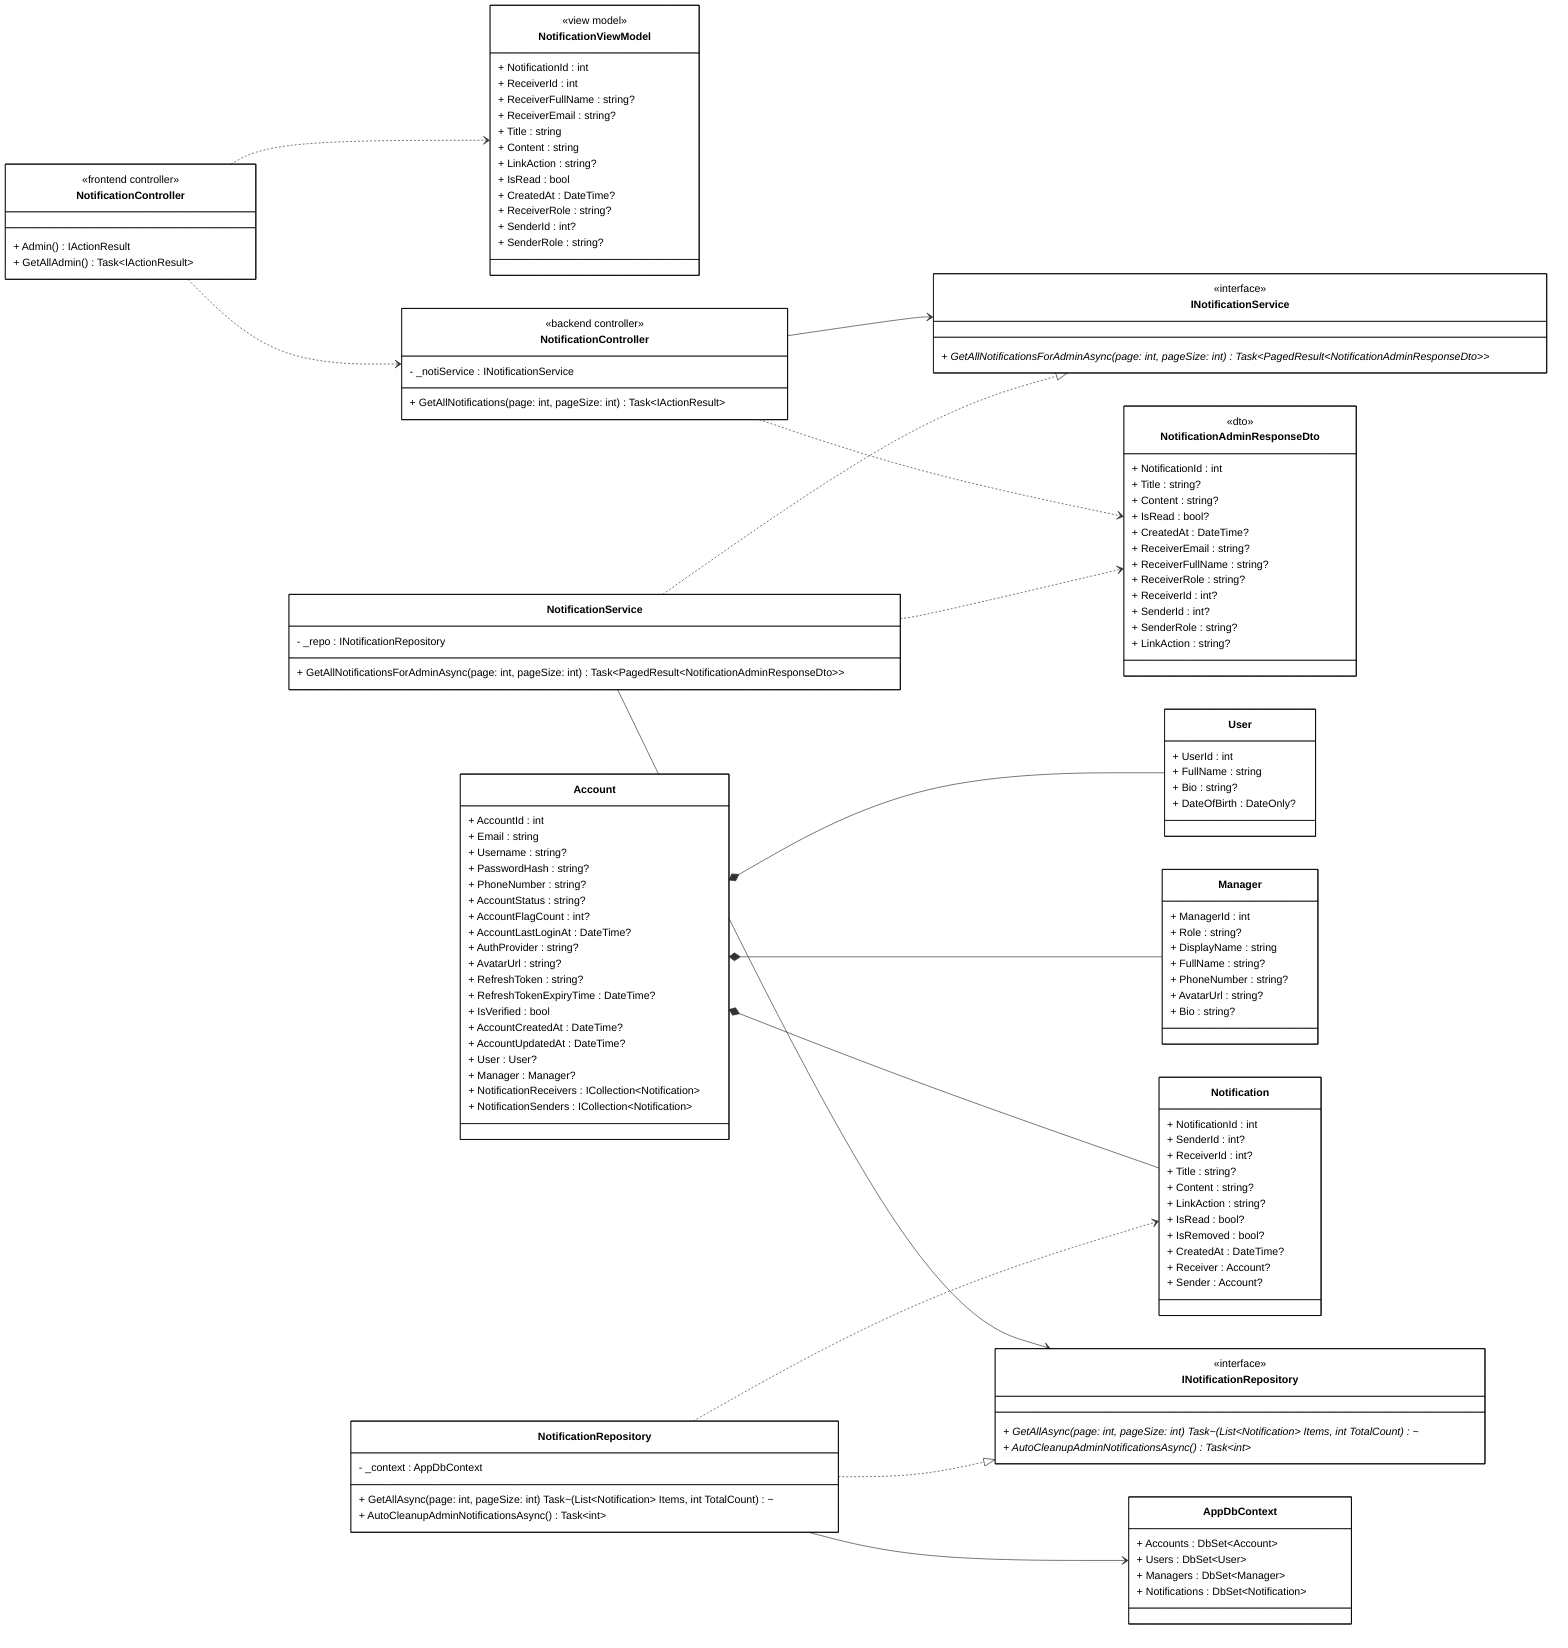
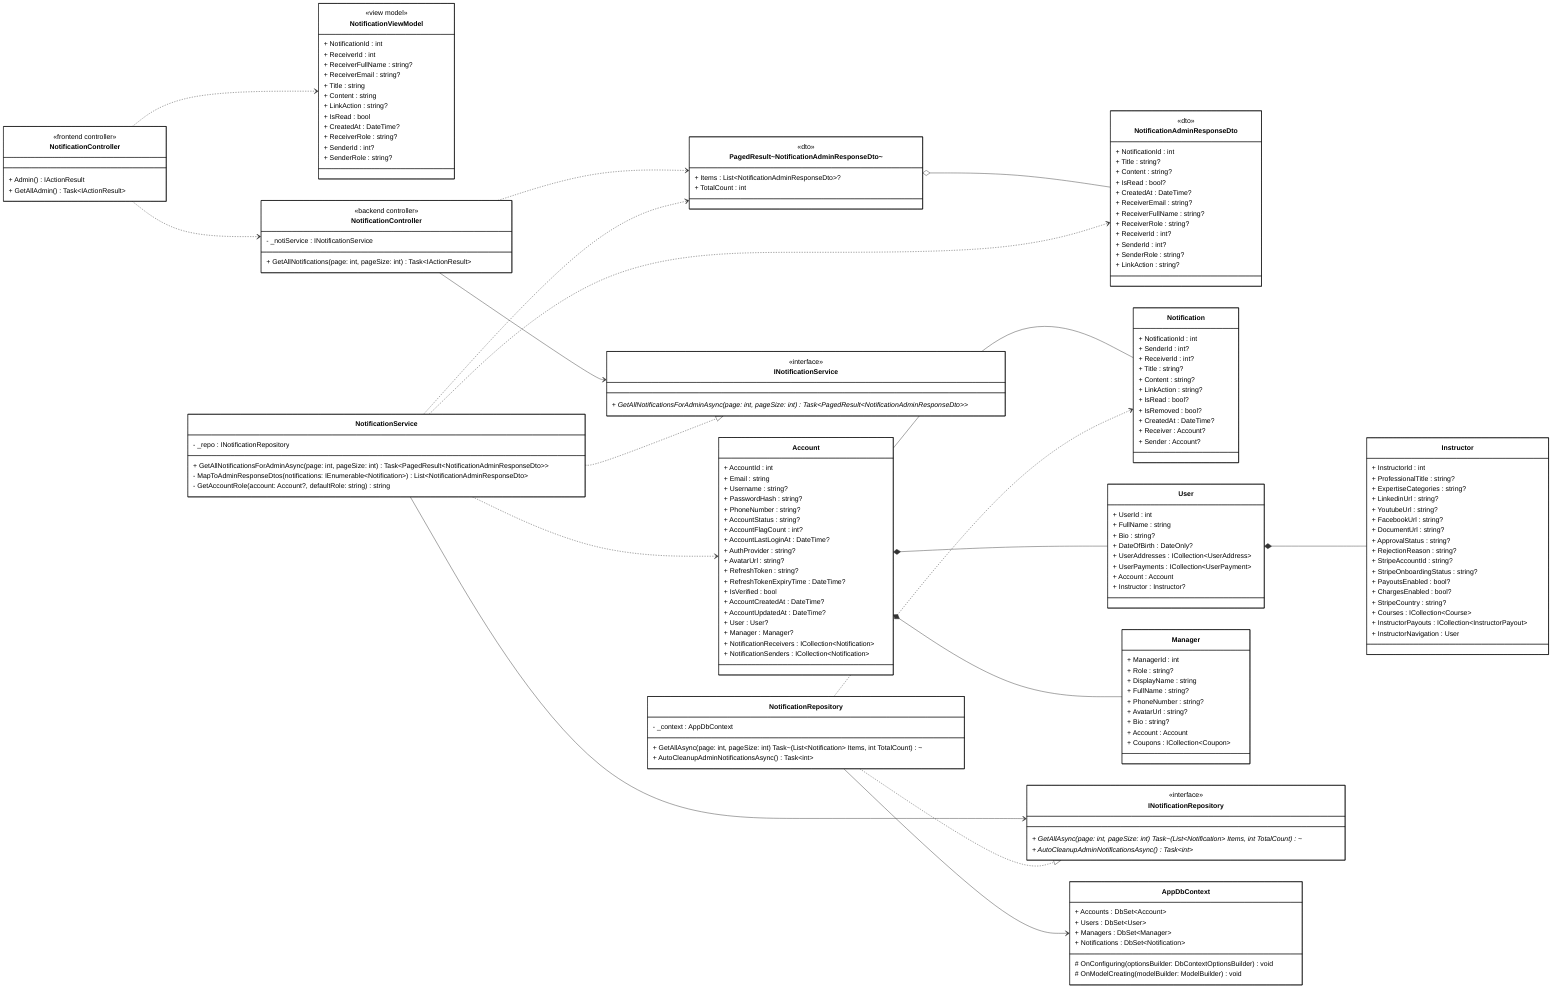
classDiagram
direction LR

%% ==================== FRONTEND ====================

class FrontendController["NotificationController"] {
    <<frontend controller>>
    + Admin() IActionResult
    + GetAllAdmin() Task~IActionResult~
}

class NotificationViewModel {
    <<view model>>
    + NotificationId : int
    + ReceiverId : int
    + ReceiverFullName : string?
    + ReceiverEmail : string?
    + Title : string
    + Content : string
    + LinkAction : string?
    + IsRead : bool
    + CreatedAt : DateTime?
    + ReceiverRole : string?
    + SenderId : int?
    + SenderRole : string?
}

%% ==================== BACKEND - CONTROLLER ====================

class BackendController["NotificationController"] {
    <<backend controller>>
    - _notiService : INotificationService
+ 
    + GetAllNotifications(page: int, pageSize: int) Task~IActionResult~
}

%% ==================== BACKEND - DTOs ====================

class NotificationAdminResponseDto {
    <<dto>>
    + NotificationId : int
    + Title : string?
    + Content : string?
    + IsRead : bool?
    + CreatedAt : DateTime?
    + ReceiverEmail : string?
    + ReceiverFullName : string?
    + ReceiverRole : string?
    + ReceiverId : int?
    + SenderId : int?
    + SenderRole : string?
    + LinkAction : string?
+ }
+ 
+ class PagedResultNotificationAdminResponseDto["PagedResult~NotificationAdminResponseDto~"] {
+     <<dto>>
+     + Items : List~NotificationAdminResponseDto~?
+     + TotalCount : int
}

%% ==================== BACKEND - DOMAIN ENTITIES ====================

class Notification {
    + NotificationId : int
    + SenderId : int?
    + ReceiverId : int?
    + Title : string?
    + Content : string?
    + LinkAction : string?
    + IsRead : bool?
    + IsRemoved : bool?
    + CreatedAt : DateTime?
    + Receiver : Account?
    + Sender : Account?
}

class Account {
    + AccountId : int
    + Email : string
    + Username : string?
    + PasswordHash : string?
    + PhoneNumber : string?
    + AccountStatus : string?
    + AccountFlagCount : int?
    + AccountLastLoginAt : DateTime?
    + AuthProvider : string?
    + AvatarUrl : string?
    + RefreshToken : string?
    + RefreshTokenExpiryTime : DateTime?
    + IsVerified : bool
    + AccountCreatedAt : DateTime?
    + AccountUpdatedAt : DateTime?
    + User : User?
    + Manager : Manager?
    + NotificationReceivers : ICollection~Notification~
    + NotificationSenders : ICollection~Notification~
}

class User {
    + UserId : int
    + FullName : string
    + Bio : string?
    + DateOfBirth : DateOnly?
+     + UserAddresses : ICollection~UserAddress~
+     + UserPayments : ICollection~UserPayment~
+     + Account : Account
+     + Instructor : Instructor?
+ }
+ 
+ class Instructor {
+     + InstructorId : int
+     + ProfessionalTitle : string?
+     + ExpertiseCategories : string?
+     + LinkedinUrl : string?
+     + YoutubeUrl : string?
+     + FacebookUrl : string?
+     + DocumentUrl : string?
+     + ApprovalStatus : string?
+     + RejectionReason : string?
+     + StripeAccountId : string?
+     + StripeOnboardingStatus : string?
+     + PayoutsEnabled : bool?
+     + ChargesEnabled : bool?
+     + StripeCountry : string?
+     + Courses : ICollection~Course~
+     + InstructorPayouts : ICollection~InstructorPayout~
+     + InstructorNavigation : User
}

class Manager {
    + ManagerId : int
    + Role : string?
    + DisplayName : string
    + FullName : string?
    + PhoneNumber : string?
    + AvatarUrl : string?
    + Bio : string?
+     + Account : Account
+     + Coupons : ICollection~Coupon~
}

%% ==================== BACKEND - SERVICE INTERFACES ====================

class INotificationService {
    <<interface>>
    + GetAllNotificationsForAdminAsync(page: int, pageSize: int) Task~PagedResult~NotificationAdminResponseDto~~ *
}

%% ==================== BACKEND - REPOSITORY INTERFACES ====================

class INotificationRepository {
    <<interface>>
    + GetAllAsync(page: int, pageSize: int) Task~(List~Notification~ Items, int TotalCount)~ *
    + AutoCleanupAdminNotificationsAsync() Task~int~ *
}

%% ==================== BACKEND - SERVICE IMPLEMENTATION ====================

class NotificationService {
    - _repo : INotificationRepository
+ 
    + GetAllNotificationsForAdminAsync(page: int, pageSize: int) Task~PagedResult~NotificationAdminResponseDto~~
+     - MapToAdminResponseDtos(notifications: IEnumerable~Notification~) List~NotificationAdminResponseDto~
+     - GetAccountRole(account: Account?, defaultRole: string) string
}

%% ==================== BACKEND - REPOSITORY IMPLEMENTATION ====================

class NotificationRepository {
    - _context : AppDbContext
+ 
    + GetAllAsync(page: int, pageSize: int) Task~(List~Notification~ Items, int TotalCount)~
    + AutoCleanupAdminNotificationsAsync() Task~int~
}

%% ==================== BACKEND - DbContext ====================

class AppDbContext {
    + Accounts : DbSet~Account~
    + Users : DbSet~User~
    + Managers : DbSet~Manager~
    + Notifications : DbSet~Notification~
+ 
+     # OnConfiguring(optionsBuilder: DbContextOptionsBuilder) void
+     # OnModelCreating(modelBuilder: ModelBuilder) void
}

%% ==================== RELATIONSHIPS ====================

%% === COMPOSITION (filled diamond) ===
Account *-- User
Account *-- Manager
- Account *-- Notification
+ User *-- Instructor
+ 
+ %% === BIDIRECTIONAL ASSOCIATION (solid line) ===
+ Account -- Notification
+ 
+ %% === AGGREGATION (hollow diamond) ===
+ PagedResultNotificationAdminResponseDto o-- NotificationAdminResponseDto

%% === UNIDIRECTIONAL ASSOCIATION (solid arrow) ===
BackendController --> INotificationService
NotificationService --> INotificationRepository
NotificationRepository --> AppDbContext

%% === INTERFACE REALIZATION ===
NotificationService ..|> INotificationService
NotificationRepository ..|> INotificationRepository

%% === DEPENDENCY (dashed arrows) ===
FrontendController ..> BackendController
FrontendController ..> NotificationViewModel
- BackendController ..> NotificationAdminResponseDto
+ BackendController ..> PagedResultNotificationAdminResponseDto
+ NotificationService ..> PagedResultNotificationAdminResponseDto
NotificationService ..> NotificationAdminResponseDto
+ NotificationService ..> Account
NotificationRepository ..> Notification

%% ==================== STYLES ====================

classDef default fill:#FFFFFF,stroke:#000000,stroke-width:1px,color:#000000
+ 
+ %% ==================== LINKS ====================
+ click FrontendController href "file:///c:/Users/TRUONG%20HUNG/source/repos/Linked/CourseMarketplaceFE/CourseMarketplaceFE/Controllers/NotificationController.cs" "NotificationController.cs"
+ click NotificationViewModel href "file:///c:/Users/TRUONG%20HUNG/source/repos/Linked/CourseMarketplaceFE/CourseMarketplaceFE/Models/NotificationViewModel.cs" "NotificationViewModel.cs"
+ click BackendController href "file:///c:/Users/TRUONG%20HUNG/source/repos/Linked/CourseMarketplaceBE/CourseMarketplaceBE/Presentation/Controllers/NotificationController.cs" "NotificationController.cs"
+ click NotificationAdminResponseDto href "file:///c:/Users/TRUONG%20HUNG/source/repos/Linked/CourseMarketplaceBE/CourseMarketplaceBE/Application/DTOs/NotificationAdminResponseDto.cs" "NotificationAdminResponseDto.cs"
+ click PagedResultNotificationAdminResponseDto href "file:///c:/Users/TRUONG%20HUNG/source/repos/Linked/CourseMarketplaceBE/CourseMarketplaceBE/Application/DTOs/Common/PagedResult.cs" "PagedResult.cs"
+ click Notification href "file:///c:/Users/TRUONG%20HUNG/source/repos/Linked/CourseMarketplaceBE/CourseMarketplaceBE/Domain/Entities/Notification.cs" "Notification.cs"
+ click Account href "file:///c:/Users/TRUONG%20HUNG/source/repos/Linked/CourseMarketplaceBE/CourseMarketplaceBE/Domain/Entities/Account.cs" "Account.cs"
+ click User href "file:///c:/Users/TRUONG%20HUNG/source/repos/Linked/CourseMarketplaceBE/CourseMarketplaceBE/Domain/Entities/User.cs" "User.cs"
+ click Instructor href "file:///c:/Users/TRUONG%20HUNG/source/repos/Linked/CourseMarketplaceBE/CourseMarketplaceBE/Domain/Entities/Instructor.cs" "Instructor.cs"
+ click Manager href "file:///c:/Users/TRUONG%20HUNG/source/repos/Linked/CourseMarketplaceBE/CourseMarketplaceBE/Domain/Entities/Manager.cs" "Manager.cs"
+ click INotificationService href "file:///c:/Users/TRUONG%20HUNG/source/repos/Linked/CourseMarketplaceBE/CourseMarketplaceBE/Application/IServices/INotificationService.cs" "INotificationService.cs"
+ click INotificationRepository href "file:///c:/Users/TRUONG%20HUNG/source/repos/Linked/CourseMarketplaceBE/CourseMarketplaceBE/Domain/IRepositories/INotificationRepository.cs" "INotificationRepository.cs"
+ click NotificationService href "file:///c:/Users/TRUONG%20HUNG/source/repos/Linked/CourseMarketplaceBE/CourseMarketplaceBE/Application/Services/NotificationService.cs" "NotificationService.cs"
+ click NotificationRepository href "file:///c:/Users/TRUONG%20HUNG/source/repos/Linked/CourseMarketplaceBE/CourseMarketplaceBE/Infrastructure/Repositories/NotificationRepository.cs" "NotificationRepository.cs"
+ click AppDbContext href "file:///c:/Users/TRUONG%20HUNG/source/repos/Linked/CourseMarketplaceBE/CourseMarketplaceBE/Infrastructure/Data/AppDbContext.cs" "AppDbContext.cs"
